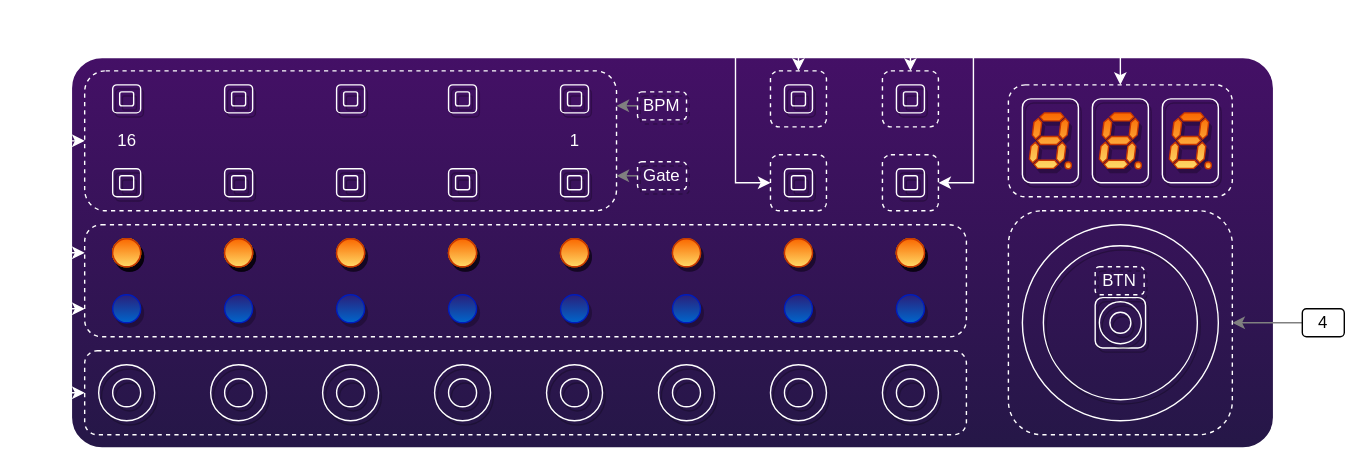
s-grundner/HWEP-Sequencer keeps this draw.io diagram as docu/assets/Frontpanel_nums_dark.drawio.svg. Above is the earlier version. Source tidied: cells renumbered, new cells last; positions are measured from the earlier drawing's top-left corner, leaving out a move shared by most shapes.
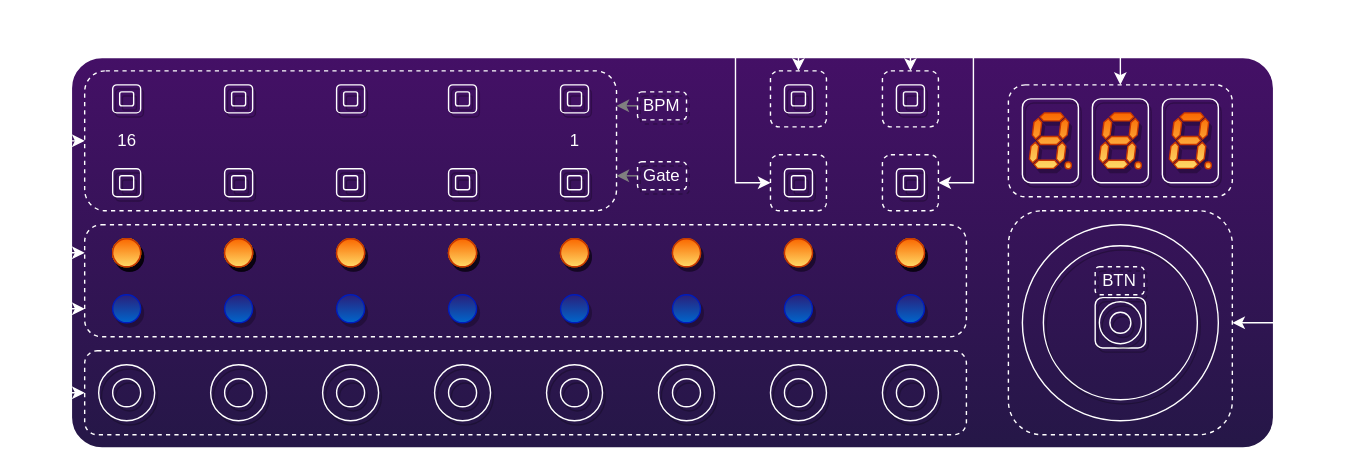
After the commit.

Change to the diagram source:
```diff
@@ -389,10 +389,10 @@
     <mxCell id="130" value="3" style="rounded=1;whiteSpace=wrap;html=1;fillColor=none;shadow=0;strokeColor=#FFFFFF;fontColor=#FFFFFF;" parent="1" vertex="1">
       <mxGeometry x="785" width="30" height="20" as="geometry" />
     </mxCell>
-    <mxCell id="131" style="edgeStyle=orthogonalEdgeStyle;rounded=0;jettySize=auto;html=1;exitX=0;exitY=0.5;exitDx=0;exitDy=0;entryX=1;entryY=0.5;entryDx=0;entryDy=0;fontColor=#FFFFFF;strokeColor=#808080;" parent="1" edge="1" source="132" target="101">
+    <mxCell id="131" style="edgeStyle=orthogonalEdgeStyle;rounded=0;jettySize=auto;html=1;exitX=0;exitY=0.5;exitDx=0;exitDy=0;entryX=1;entryY=0.5;entryDx=0;entryDy=0;fontColor=#FFFFFF;strokeColor=#FFFFFF;" parent="1" edge="1" source="132" target="101">
       <mxGeometry relative="1" as="geometry" />
     </mxCell>
-    <mxCell id="132" value="4" style="rounded=1;whiteSpace=wrap;html=1;fillColor=none;shadow=0;strokeColor=#000000;" parent="1" vertex="1">
+    <mxCell id="132" value="4" style="rounded=1;whiteSpace=wrap;html=1;fillColor=none;shadow=0;strokeColor=#FFFFFF;fontColor=#FFFFFF;" parent="1" vertex="1">
       <mxGeometry x="930" y="220" width="30" height="20" as="geometry" />
     </mxCell>
     <mxCell id="133" value="BTN" style="rounded=1;whiteSpace=wrap;html=1;fillColor=none;shadow=1;strokeColor=#FFFFFF;fontColor=#FFFFFF;dashed=1;" parent="1" vertex="1">
```
